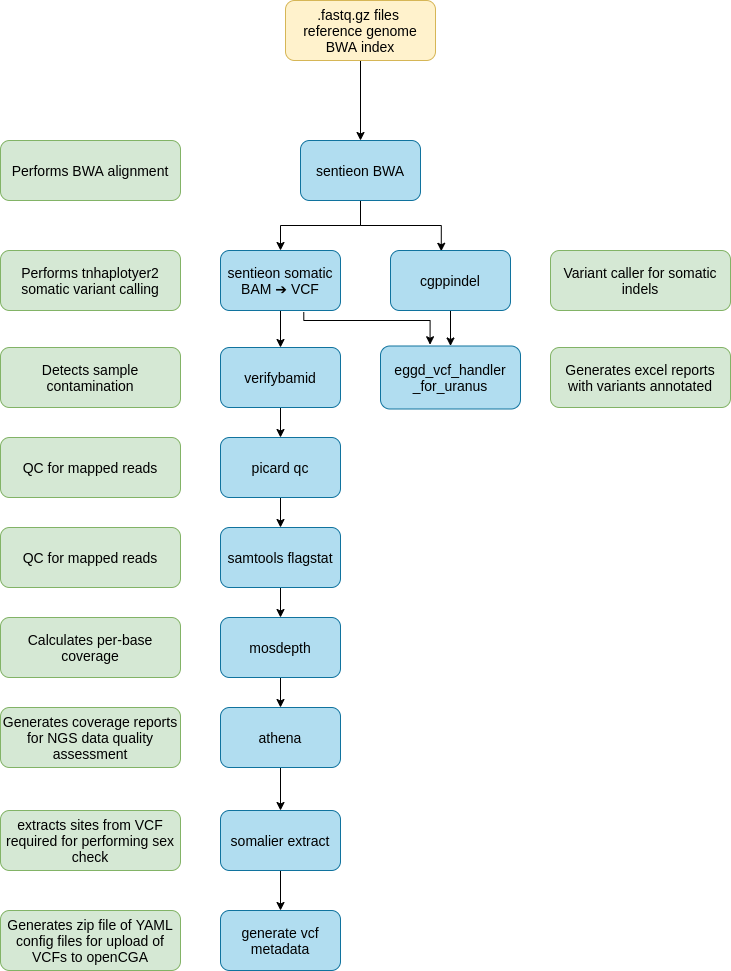
This is images/workflow.png from eastgenomics/eggd_uranus_main_workflow, a draw.io export, as it was before one commit. Source tidied: cells renumbered, new cells last; positions are measured from the earlier drawing's top-left corner, leaving out a move shared by most shapes.
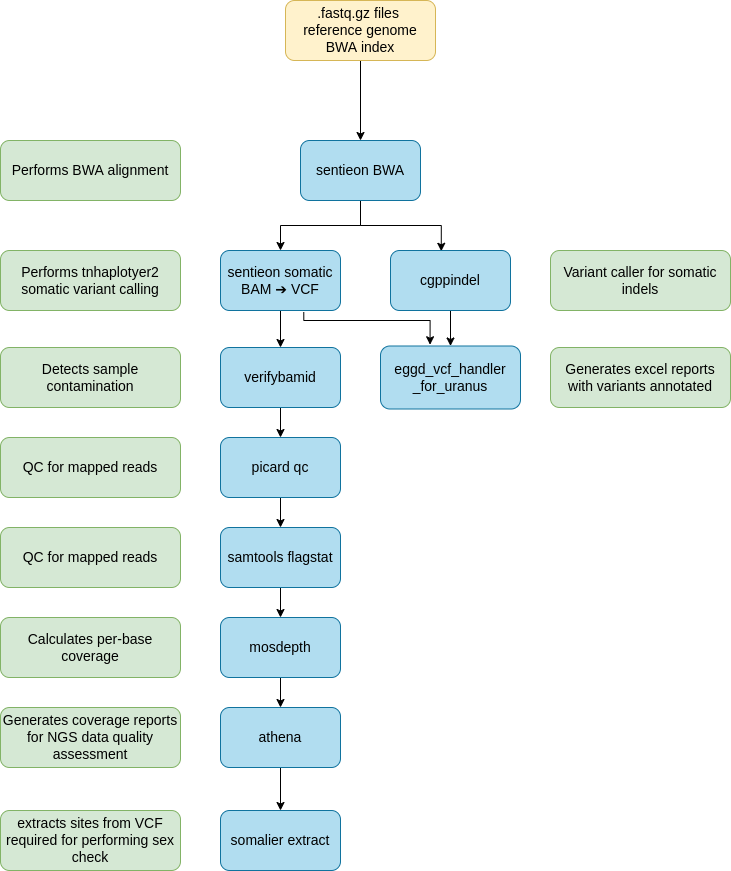
The same diagram one commit later.

Commit message:
update readme and workflow diagram

The edit, as a diff of the source:
```diff
@@ -97,15 +97,6 @@
     <mxCell id="31" value="Generates excel reports with variants annotated" style="rounded=1;whiteSpace=wrap;html=1;fillColor=#d5e8d4;strokeColor=#82b366;fontSize=14;" parent="1" vertex="1">
       <mxGeometry x="550" y="347" width="180" height="60" as="geometry" />
     </mxCell>
-    <mxCell id="32" value="&lt;font color=&quot;#000000&quot; style=&quot;font-size: 14px&quot;&gt;generate vcf metadata&lt;/font&gt;" style="rounded=1;whiteSpace=wrap;html=1;fillColor=#b1ddf0;strokeColor=#10739e;fontSize=14;" parent="1" vertex="1">
-      <mxGeometry x="220" y="910" width="120" height="60" as="geometry" />
-    </mxCell>
-    <mxCell id="33" value="&lt;font color=&quot;#000000&quot; style=&quot;font-size: 14px&quot;&gt;Generates zip file of YAML config files for upload of VCFs to openCGA&lt;/font&gt;" style="rounded=1;whiteSpace=wrap;html=1;fillColor=#d5e8d4;strokeColor=#82b366;fontSize=14;" parent="1" vertex="1">
-      <mxGeometry y="910" width="180" height="60" as="geometry" />
-    </mxCell>
-    <mxCell id="34" style="edgeStyle=none;html=1;" parent="1" edge="1" source="35" target="32">
-      <mxGeometry relative="1" as="geometry" />
-    </mxCell>
     <mxCell id="35" value="&lt;font color=&quot;#000000&quot; style=&quot;font-size: 14px&quot;&gt;somalier extract&lt;/font&gt;" style="rounded=1;whiteSpace=wrap;html=1;fillColor=#b1ddf0;strokeColor=#10739e;fontSize=14;" parent="1" vertex="1">
       <mxGeometry x="220" y="810" width="120" height="60" as="geometry" />
     </mxCell>
```
